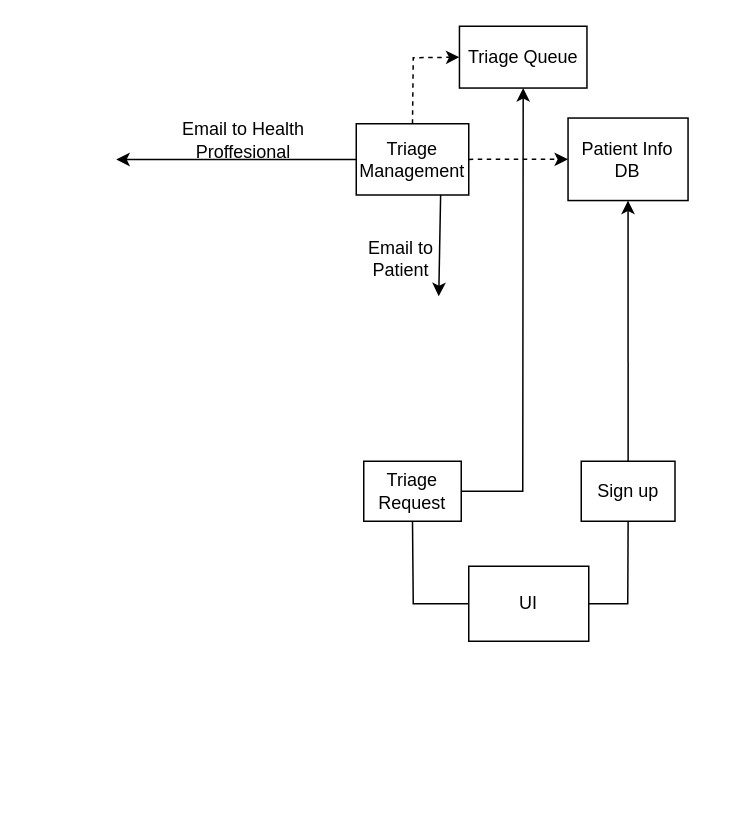
Before: JustinWork/Component.drawio in SENG-350-2024-fall/Team9, a draw.io diagram. Source tidied: cells renumbered, new cells numbered last; positions are measured from the earlier drawing's top-left corner, leaving out a move shared by most shapes. Both pictures are drawn from the tidied source at 150%, with x=0, y=0 at pixel (116, 26).
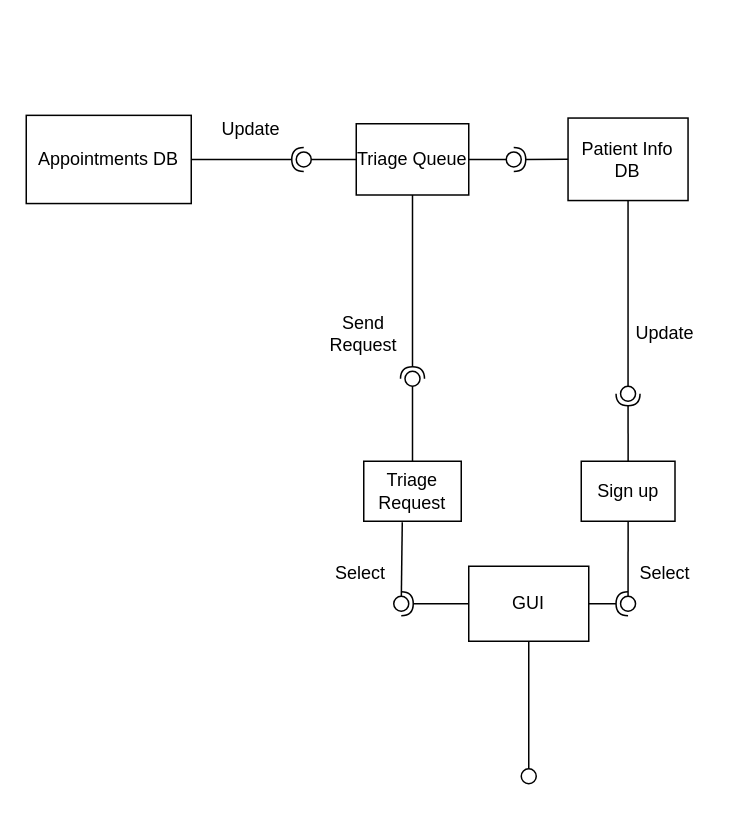
The same diagram, later.

Unchanged cells that the change refers to:
```xml
<mxCell id="2" value="Patient Info DB" style="rounded=0;whiteSpace=wrap;html=1;" parent="1" vertex="1">
  <mxGeometry x="301.2" y="61.2" width="80" height="55" as="geometry" />
</mxCell>
<mxCell id="4" value="Sign up" style="rounded=0;whiteSpace=wrap;html=1;" parent="1" vertex="1">
  <mxGeometry x="310" y="290" width="62.5" height="40" as="geometry" />
</mxCell>
<mxCell id="5" value="Triage Request" style="rounded=0;whiteSpace=wrap;html=1;" parent="1" vertex="1">
  <mxGeometry x="165" y="290" width="65" height="40" as="geometry" />
</mxCell>
```

The edit, as a diff of the source:
```diff
@@
-    <mxCell id="3" value="Triage Management" style="rounded=0;whiteSpace=wrap;html=1;" parent="1" vertex="1">
+    <mxCell id="3" value="Triage Queue" style="rounded=0;whiteSpace=wrap;html=1;" parent="1" vertex="1">
       <mxGeometry x="160" y="65" width="75" height="47.5" as="geometry" />
     </mxCell>
@@
-    <mxCell id="6" style="endArrow=classic;html=1;rounded=0;exitX=1;exitY=0.5;exitDx=0;exitDy=0;entryX=0;entryY=0.5;entryDx=0;entryDy=0;dashed=1;" parent="1" edge="1" source="3" target="2">
-      <mxGeometry relative="1" as="geometry" />
-    </mxCell>
-    <mxCell id="7" value="UI" style="rounded=0;whiteSpace=wrap;html=1;" parent="1" vertex="1">
+    <mxCell id="7" value="GUI" style="rounded=0;whiteSpace=wrap;html=1;" parent="1" vertex="1">
       <mxGeometry x="235" y="360" width="80" height="50" as="geometry" />
     </mxCell>
-    <mxCell id="8" style="endArrow=none;html=1;rounded=0;exitX=0;exitY=0.5;exitDx=0;exitDy=0;entryX=0.5;entryY=1;entryDx=0;entryDy=0;" parent="1" edge="1" source="7" target="5">
-      <mxGeometry relative="1" as="geometry">
-        <Array as="points">
-          <mxPoint x="198" y="385" />
-        </Array>
-      </mxGeometry>
-    </mxCell>
-    <mxCell id="9" style="endArrow=none;html=1;rounded=0;exitX=1;exitY=0.5;exitDx=0;exitDy=0;entryX=0.5;entryY=1;entryDx=0;entryDy=0;" parent="1" edge="1" source="7" target="4">
-      <mxGeometry relative="1" as="geometry">
-        <Array as="points">
-          <mxPoint x="341" y="385" />
-        </Array>
-      </mxGeometry>
-    </mxCell>
-    <mxCell id="10" style="endArrow=classic;html=1;rounded=0;entryX=0.5;entryY=1;entryDx=0;entryDy=0;exitX=1;exitY=0.5;exitDx=0;exitDy=0;" parent="1" edge="1" source="5" target="16">
-      <mxGeometry relative="1" as="geometry">
-        <Array as="points">
-          <mxPoint x="271" y="310" />
-        </Array>
-      </mxGeometry>
-    </mxCell>
-    <mxCell id="11" style="endArrow=classic;html=1;rounded=0;entryX=0.5;entryY=1;entryDx=0;entryDy=0;exitX=0.5;exitY=0;exitDx=0;exitDy=0;" parent="1" edge="1" source="4" target="2">
-      <mxGeometry relative="1" as="geometry" />
-    </mxCell>
-    <mxCell id="12" value="Email to Patient" style="text;html=1;align=center;verticalAlign=middle;whiteSpace=wrap;rounded=0;" parent="1" vertex="1">
-      <mxGeometry x="160" y="140" width="60" height="30" as="geometry" />
-    </mxCell>
-    <mxCell id="13" style="endArrow=classic;html=1;rounded=0;exitX=0;exitY=0.5;exitDx=0;exitDy=0;entryX=1;entryY=0.5;entryDx=0;entryDy=0;" parent="1" edge="1" source="3">
-      <mxGeometry relative="1" as="geometry">
-        <mxPoint y="88.8" as="targetPoint" />
-      </mxGeometry>
-    </mxCell>
-    <mxCell id="14" value="Email to Health Proffesional" style="text;html=1;align=center;verticalAlign=middle;whiteSpace=wrap;rounded=0;" parent="1" vertex="1">
-      <mxGeometry x="30" y="61.2" width="110" height="30" as="geometry" />
-    </mxCell>
-    <mxCell id="15" style="endArrow=classic;html=1;rounded=0;exitX=0.75;exitY=1;exitDx=0;exitDy=0;" parent="1" edge="1" source="3">
-      <mxGeometry relative="1" as="geometry">
-        <mxPoint x="215" y="180" as="targetPoint" />
-      </mxGeometry>
-    </mxCell>
-    <mxCell id="16" value="Triage Queue" style="rounded=0;whiteSpace=wrap;html=1;" parent="1" vertex="1">
-      <mxGeometry x="228.8" width="85" height="41.2" as="geometry" />
-    </mxCell>
-    <mxCell id="17" style="endArrow=classic;html=1;rounded=0;exitX=0.5;exitY=0;exitDx=0;exitDy=0;entryX=0;entryY=0.5;entryDx=0;entryDy=0;dashed=1;" parent="1" edge="1" source="3" target="16">
-      <mxGeometry relative="1" as="geometry">
-        <Array as="points">
-          <mxPoint x="198" y="21" />
-        </Array>
-      </mxGeometry>
-    </mxCell>
+    <mxCell id="18" style="ellipse;whiteSpace=wrap;html=1;align=center;fillColor=none;strokeColor=none;perimeter=centerPerimeter;" parent="1" vertex="1">
+      <mxGeometry x="185" y="230" width="10" height="10" as="geometry" />
+    </mxCell>
+    <mxCell id="19" style="rounded=0;jettySize=auto;html=1;endArrow=oval;endFill=0;sketch=0;sourcePerimeterSpacing=0;targetPerimeterSpacing=0;endSize=10;exitX=0.5;exitY=1;exitDx=0;exitDy=0;" parent="1" edge="1" source="7">
+      <mxGeometry relative="1" as="geometry">
+        <mxPoint x="275" y="500" as="targetPoint" />
+      </mxGeometry>
+    </mxCell>
+    <mxCell id="20" style="rounded=0;jettySize=auto;html=1;endArrow=halfCircle;endFill=0;endSize=6;strokeWidth=1;sketch=0;exitX=0;exitY=0.5;exitDx=0;exitDy=0;" parent="1" edge="1" source="7" target="22">
+      <mxGeometry relative="1" as="geometry" />
+    </mxCell>
+    <mxCell id="21" style="rounded=0;jettySize=auto;html=1;endArrow=oval;endFill=0;sketch=0;sourcePerimeterSpacing=0;targetPerimeterSpacing=0;endSize=10;exitX=0.395;exitY=1.017;exitDx=0;exitDy=0;exitPerimeter=0;" parent="1" edge="1" source="5" target="22">
+      <mxGeometry relative="1" as="geometry" />
+    </mxCell>
+    <mxCell id="22" style="ellipse;whiteSpace=wrap;html=1;align=center;fillColor=none;strokeColor=none;perimeter=centerPerimeter;points=[];outlineConnect=1;" parent="1" vertex="1">
+      <mxGeometry x="185" y="380" width="10" height="10" as="geometry" />
+    </mxCell>
+    <mxCell id="23" style="rounded=0;jettySize=auto;html=1;endArrow=halfCircle;endFill=0;endSize=6;strokeWidth=1;sketch=0;exitX=1;exitY=0.5;exitDx=0;exitDy=0;" parent="1" edge="1" source="7" target="25">
+      <mxGeometry relative="1" as="geometry" />
+    </mxCell>
+    <mxCell id="24" style="rounded=0;jettySize=auto;html=1;endArrow=oval;endFill=0;sketch=0;sourcePerimeterSpacing=0;targetPerimeterSpacing=0;endSize=10;exitX=0.5;exitY=1;exitDx=0;exitDy=0;" parent="1" edge="1" source="4" target="25">
+      <mxGeometry relative="1" as="geometry" />
+    </mxCell>
+    <mxCell id="25" style="ellipse;whiteSpace=wrap;html=1;align=center;fillColor=none;strokeColor=none;perimeter=centerPerimeter;points=[];outlineConnect=1;" parent="1" vertex="1">
+      <mxGeometry x="336.2" y="380" width="10" height="10" as="geometry" />
+    </mxCell>
+    <mxCell id="26" style="rounded=0;jettySize=auto;html=1;endArrow=halfCircle;endFill=0;endSize=6;strokeWidth=1;sketch=0;exitX=0.5;exitY=0;exitDx=0;exitDy=0;" parent="1" edge="1" source="4" target="28">
+      <mxGeometry relative="1" as="geometry" />
+    </mxCell>
+    <mxCell id="27" style="rounded=0;jettySize=auto;html=1;endArrow=oval;endFill=0;sketch=0;sourcePerimeterSpacing=0;targetPerimeterSpacing=0;endSize=10;exitX=0.5;exitY=1;exitDx=0;exitDy=0;" parent="1" edge="1" source="2" target="28">
+      <mxGeometry relative="1" as="geometry" />
+    </mxCell>
+    <mxCell id="28" style="ellipse;whiteSpace=wrap;html=1;align=center;fillColor=none;strokeColor=none;perimeter=centerPerimeter;points=[];outlineConnect=1;" parent="1" vertex="1">
+      <mxGeometry x="336.2" y="240" width="10" height="10" as="geometry" />
+    </mxCell>
+    <mxCell id="29" style="rounded=0;jettySize=auto;html=1;endArrow=halfCircle;endFill=0;endSize=6;strokeWidth=1;sketch=0;exitX=0.5;exitY=1;exitDx=0;exitDy=0;" parent="1" edge="1" source="3" target="31">
+      <mxGeometry relative="1" as="geometry" />
+    </mxCell>
+    <mxCell id="30" style="rounded=0;jettySize=auto;html=1;endArrow=oval;endFill=0;sketch=0;sourcePerimeterSpacing=0;targetPerimeterSpacing=0;endSize=10;exitX=0.5;exitY=0;exitDx=0;exitDy=0;" parent="1" edge="1" source="5" target="31">
+      <mxGeometry relative="1" as="geometry" />
+    </mxCell>
+    <mxCell id="31" style="ellipse;whiteSpace=wrap;html=1;align=center;fillColor=none;strokeColor=none;perimeter=centerPerimeter;points=[];outlineConnect=1;" parent="1" vertex="1">
+      <mxGeometry x="192.5" y="230" width="10" height="10" as="geometry" />
+    </mxCell>
+    <mxCell id="32" style="rounded=0;jettySize=auto;html=1;endArrow=halfCircle;endFill=0;endSize=6;strokeWidth=1;sketch=0;exitX=1;exitY=0.5;exitDx=0;exitDy=0;" parent="1" edge="1" source="35" target="34">
+      <mxGeometry relative="1" as="geometry" />
+    </mxCell>
+    <mxCell id="33" style="rounded=0;jettySize=auto;html=1;endArrow=oval;endFill=0;sketch=0;sourcePerimeterSpacing=0;targetPerimeterSpacing=0;endSize=10;exitX=0;exitY=0.5;exitDx=0;exitDy=0;" parent="1" edge="1" source="3" target="34">
+      <mxGeometry relative="1" as="geometry" />
+    </mxCell>
+    <mxCell id="34" style="ellipse;whiteSpace=wrap;html=1;align=center;fillColor=none;strokeColor=none;perimeter=centerPerimeter;points=[];outlineConnect=1;" parent="1" vertex="1">
+      <mxGeometry x="120" y="83.8" width="10" height="10" as="geometry" />
+    </mxCell>
+    <mxCell id="35" value="Appointments DB" style="rounded=0;whiteSpace=wrap;html=1;" parent="1" vertex="1">
+      <mxGeometry x="-60" y="59.4" width="110" height="58.8" as="geometry" />
+    </mxCell>
+    <mxCell id="36" value="Update" style="text;html=1;align=center;verticalAlign=middle;whiteSpace=wrap;rounded=0;" parent="1" vertex="1">
+      <mxGeometry x="60" y="53.8" width="60" height="30" as="geometry" />
+    </mxCell>
+    <mxCell id="37" value="Update" style="text;html=1;align=center;verticalAlign=middle;whiteSpace=wrap;rounded=0;" parent="1" vertex="1">
+      <mxGeometry x="336.2" y="190" width="60" height="30" as="geometry" />
+    </mxCell>
+    <mxCell id="38" value="Send Request" style="text;html=1;align=center;verticalAlign=middle;whiteSpace=wrap;rounded=0;" parent="1" vertex="1">
+      <mxGeometry x="135" y="190" width="60" height="30" as="geometry" />
+    </mxCell>
+    <mxCell id="39" value="Select" style="text;html=1;align=center;verticalAlign=middle;whiteSpace=wrap;rounded=0;" parent="1" vertex="1">
+      <mxGeometry x="132.5" y="350" width="60" height="30" as="geometry" />
+    </mxCell>
+    <mxCell id="40" value="Select" style="text;html=1;align=center;verticalAlign=middle;whiteSpace=wrap;rounded=0;" parent="1" vertex="1">
+      <mxGeometry x="336.2" y="350" width="60" height="30" as="geometry" />
+    </mxCell>
+    <mxCell id="41" style="rounded=0;jettySize=auto;html=1;endArrow=halfCircle;endFill=0;endSize=6;strokeWidth=1;sketch=0;exitX=0;exitY=0.5;exitDx=0;exitDy=0;" parent="1" edge="1" source="2" target="43">
+      <mxGeometry relative="1" as="geometry" />
+    </mxCell>
+    <mxCell id="42" style="rounded=0;jettySize=auto;html=1;endArrow=oval;endFill=0;sketch=0;sourcePerimeterSpacing=0;targetPerimeterSpacing=0;endSize=10;exitX=1;exitY=0.5;exitDx=0;exitDy=0;" parent="1" edge="1" source="3" target="43">
+      <mxGeometry relative="1" as="geometry" />
+    </mxCell>
+    <mxCell id="43" style="ellipse;whiteSpace=wrap;html=1;align=center;fillColor=none;strokeColor=none;perimeter=centerPerimeter;points=[];outlineConnect=1;" parent="1" vertex="1">
+      <mxGeometry x="260" y="83.8" width="10" height="10" as="geometry" />
+    </mxCell>
```
